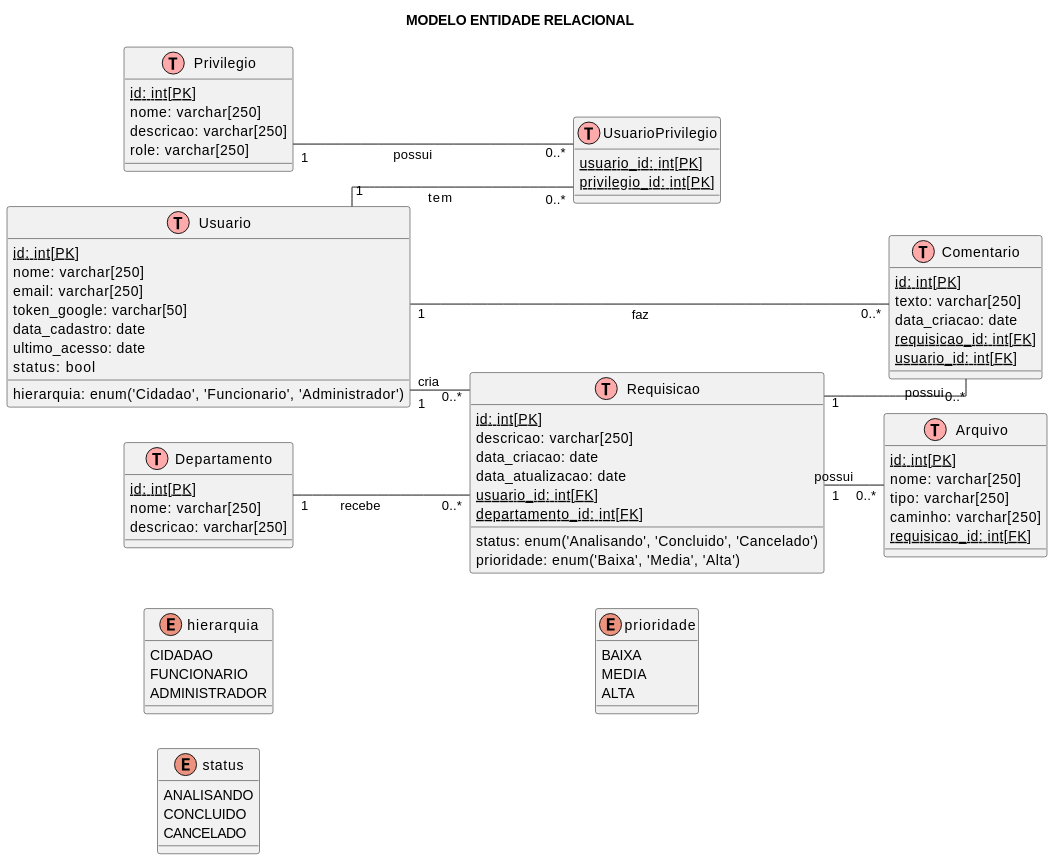
This is imagens/Modelo-Entidade-Relacional.png from Francielefernandes06/documentacao-projeto-coorporativo-2024.2, a PlantUML export, as it was before one commit. Its source is kept beside it as diagramas/Modelo-Entidade-Relacional.puml. The source it was exported from:
```plantuml
@startuml
skinparam linetype ortho
left to right direction
title MODELO ENTIDADE RELACIONAL
!define table(x) class x << (T,#FFAAAA) >>

table(Usuario) {
  <u>id: int[PK]</u>
  nome: varchar[250]
  email: varchar[250]
  token_google: varchar[50]
  data_cadastro: date
  ultimo_acesso: date
  status:  bool
  hierarquia: enum['Cidadao', 'Funcionario', 'Administrador']
}

table(Privilegio){
  <u>id: int[PK]</u>
  nome: varchar[250]
  descricao: varchar[250]
  role: varchar[250]
}

table(UsuarioPrivilegio) {
  <u>usuario_id: int[PK]</u>
  <u>privilegio_id: int[PK]</u>
}

table(Departamento) {
  <u>id: int[PK]</u>
  nome: varchar[250]
  descricao: varchar[250]
}

table(Requisicao) {
  <u>id: int[PK]</u>
  descricao: varchar[250]
  data_criacao: date
  data_atualizacao: date
  status: enum['Analisando', 'Concluido', 'Cancelado']
  prioridade: enum['Baixa', 'Media', 'Alta']
  <u>usuario_id: int[FK]</u>
  <u>departamento_id: int[FK]</u>
}

table(Comentario) {
  <u>id: int[PK]</u>
  texto: varchar[250]
  data_criacao: date
  <u>requisicao_id: int[FK]</u>
  <u>usuario_id: int[FK]</u>
}

table(Arquivo) {
  <u>id: int[PK]</u>
  nome: varchar[250]
  tipo: varchar[250]
  caminho: varchar[250]
  <u>requisicao_id: int[FK]</u>
}



enum hierarquia {
    CIDADAO
    FUNCIONARIO
    ADMINISTRADOR
}



enum status{
    ANALISANDO
    CONCLUIDO
    CANCELADO

}

enum prioridade {
    BAIXA
    MEDIA
    ALTA
}

Usuario "1" -- "0..*" Requisicao : cria
Usuario "1" -- "0..*" Comentario : faz
Usuario "1" -- "0..*" UsuarioPrivilegio : tem
Privilegio "1" -- "0..*" UsuarioPrivilegio : possui
Departamento "1" -- "0..*" Requisicao : recebe
Requisicao "1" -- "0..*" Comentario : possui
Requisicao "1" -- "0..*" Arquivo : possui
@enduml
```
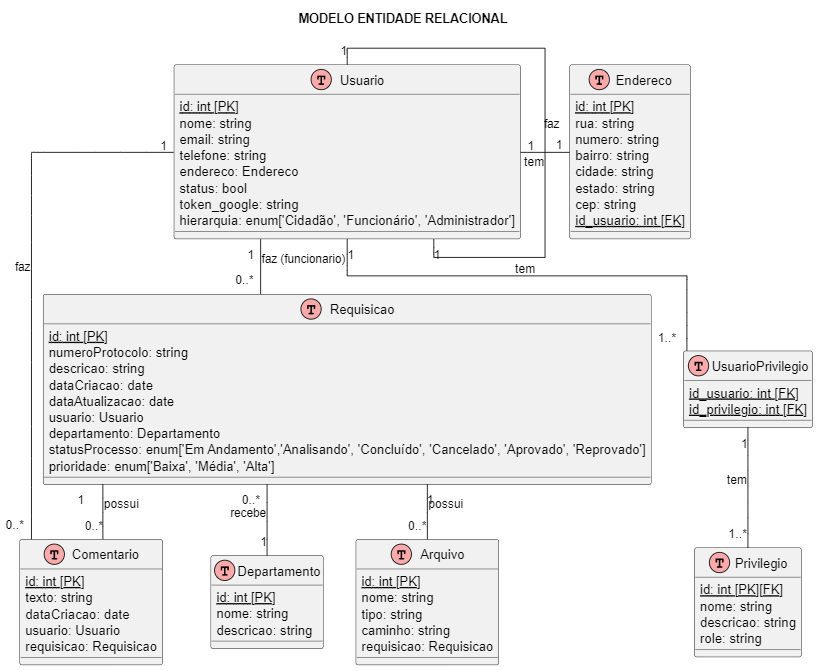
The same file after the commit.

Commit message:
corrigindo modelo entidade e relacionamento

The edit, as a diff of the source:
```diff
@@ -1,93 +1,85 @@
 @startuml
 skinparam linetype ortho
-left to right direction
 title MODELO ENTIDADE RELACIONAL
 !define table(x) class x << (T,#FFAAAA) >>
+table(Usuario) {
+  <u>id: int [PK]
+  nome: string
+  email: string
+  telefone: string
+  endereco: Endereco
+  status: bool
+  token_google: string
+  hierarquia: enum['Cidadão', 'Funcionário', 'Administrador']
 
-table(Usuario) {
-  <u>id: int[PK]</u>
-  nome: varchar[250]
-  email: varchar[250]
-  token_google: varchar[50]
-  data_cadastro: date
-  ultimo_acesso: date
-  status:  bool
-  hierarquia: enum['Cidadao', 'Funcionario', 'Administrador']
 }
 
-table(Privilegio){
-  <u>id: int[PK]</u>
-  nome: varchar[250]
-  descricao: varchar[250]
-  role: varchar[250]
+table(Endereco){
+  <u>id: int [PK]
+  rua: string
+  numero: string
+  bairro: string
+  cidade: string
+  estado: string
+  cep: string
+  <u>id_usuario: int [FK]
+}
+
+table(Privilegio) {
+  <u>id: int [PK][FK]
+  nome: string
+  descricao: string
+  role: string
+
+}
+
+table(Requisicao) {
+  <u>id: int [PK]
+  numeroProtocolo: string
+  descricao: string
+  dataCriacao: date
+  dataAtualizacao: date
+  usuario: Usuario
+  departamento: Departamento
+  statusProcesso: enum['Em Andamento','Analisando', 'Concluído', 'Cancelado', 'Aprovado', 'Reprovado']
+  prioridade: enum['Baixa', 'Média', 'Alta']
+}
+
+table(Departamento) {
+  <u>id: int [PK]
+  nome: string
+  descricao: string
+}
+
+table(Comentario) {
+  <u>id: int [PK]
+  texto: string
+  dataCriacao: date
+  usuario: Usuario
+  requisicao: Requisicao
+}
+
+table(Arquivo) {
+  <u>id: int [PK]
+  nome: string
+  tipo: string
+  caminho: string
+  requisicao: Requisicao
 }
 
 table(UsuarioPrivilegio) {
-  <u>usuario_id: int[PK]</u>
-  <u>privilegio_id: int[PK]</u>
+    <u>id_usuario: int [FK]
+    <u>id_privilegio: int [FK]
 }
 
-table(Departamento) {
-  <u>id: int[PK]</u>
-  nome: varchar[250]
-  descricao: varchar[250]
-}
-
-table(Requisicao) {
-  <u>id: int[PK]</u>
-  descricao: varchar[250]
-  data_criacao: date
-  data_atualizacao: date
-  status: enum['Analisando', 'Concluido', 'Cancelado']
-  prioridade: enum['Baixa', 'Media', 'Alta']
-  <u>usuario_id: int[FK]</u>
-  <u>departamento_id: int[FK]</u>
-}
-
-table(Comentario) {
-  <u>id: int[PK]</u>
-  texto: varchar[250]
-  data_criacao: date
-  <u>requisicao_id: int[FK]</u>
-  <u>usuario_id: int[FK]</u>
-}
-
-table(Arquivo) {
-  <u>id: int[PK]</u>
-  nome: varchar[250]
-  tipo: varchar[250]
-  caminho: varchar[250]
-  <u>requisicao_id: int[FK]</u>
-}
-
-
-
-enum hierarquia {
-    CIDADAO
-    FUNCIONARIO
-    ADMINISTRADOR
-}
-
-
-
-enum status{
-    ANALISANDO
-    CONCLUIDO
-    CANCELADO
-
-}
-
-enum prioridade {
-    BAIXA
-    MEDIA
-    ALTA
-}
-
-Usuario "1" -- "0..*" Requisicao : cria
-Usuario "1" -- "0..*" Comentario : faz
-Usuario "1" -- "0..*" UsuarioPrivilegio : tem
-Privilegio "1" -- "0..*" UsuarioPrivilegio : possui
-Departamento "1" -- "0..*" Requisicao : recebe
+Usuario "1" -- "0..*" Requisicao : faz (funcionario)
+Usuario "1" -right- "1" Endereco : tem
+Usuario "1" -right- "0..*" Comentario : faz
 Requisicao "1" -- "0..*" Comentario : possui
 Requisicao "1" -- "0..*" Arquivo : possui
+Requisicao "0..*" -- "1" Departamento : recebe
+Usuario "1" -- "1..*" UsuarioPrivilegio : tem
+UsuarioPrivilegio "1" -- "1..*" Privilegio : tem
+Usuario "1" -up- "1" Usuario : faz
+
 @enduml
```
